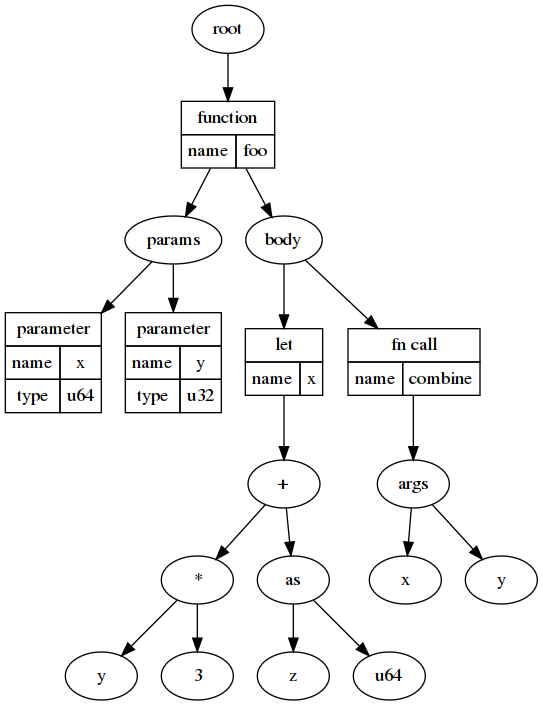
This is resources/example_tree.png from kneasle/sapling, a Graphviz export, as it was before one commit. Its source is kept beside it as resources/example_tree.dot.
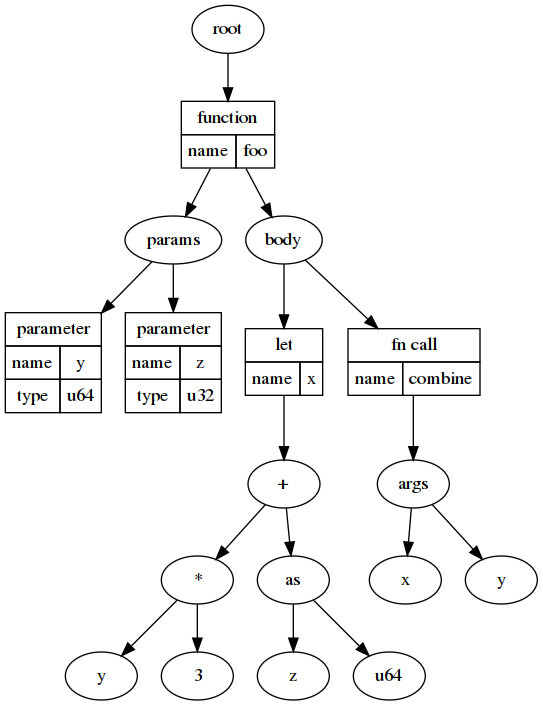
The same diagram one commit later.

Commit message:
Fix the README example tree

Diff of the diagram source:
```diff
@@ -18,7 +18,7 @@
             </TR>
             <TR>
                 <TD>name</TD>
-                <TD>x</TD>
+                <TD>y</TD>
             </TR>
             <TR>
                 <TD>type</TD>
@@ -34,7 +34,7 @@
             </TR>
             <TR>
                 <TD>name</TD>
-                <TD>y</TD>
+                <TD>z</TD>
             </TR>
             <TR>
                 <TD>type</TD>
```
